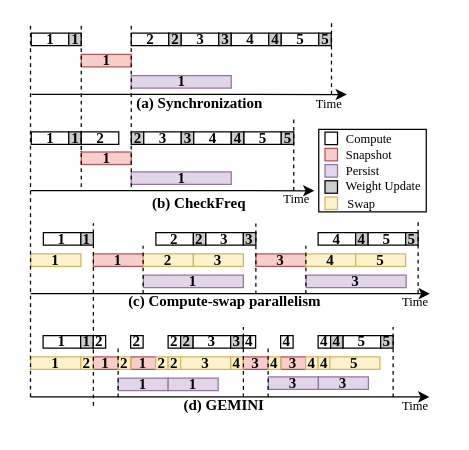
Above: fig/pipeline_mot.drawio in icszhr/NCheck (draw.io), before the change. Source tidied: cells renumbered, new cells numbered last; positions are measured from the earlier drawing's top-left corner, leaving out a move shared by most shapes. Both pictures are drawn from the tidied source at 125%, with x=0, y=0 at pixel (30, 21).
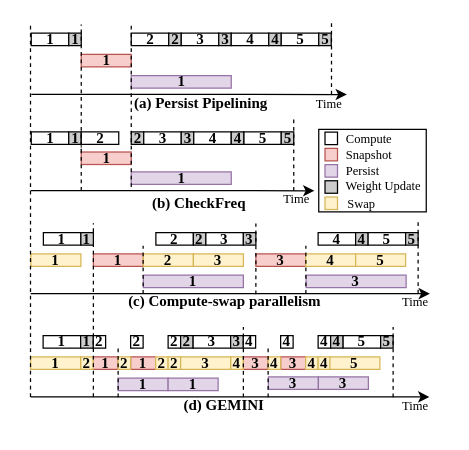
The same page after the edit.

Diff of the diagram source:
```diff
@@
-    <mxCell id="19" value="&lt;b&gt;(a) Synchronization&lt;/b&gt;" style="text;html=1;align=center;verticalAlign=middle;whiteSpace=wrap;rounded=0;fontFamily=Times New Roman;fontSize=12;fontStyle=0;labelPosition=center;verticalLabelPosition=middle;spacing=0;" parent="1" vertex="1">
-      <mxGeometry x="83.7" y="50" width="103" height="30" as="geometry" />
+    <mxCell id="19" value="&lt;b&gt;(a) Persist Pipelining&lt;/b&gt;" style="text;html=1;align=center;verticalAlign=middle;whiteSpace=wrap;rounded=0;fontFamily=Times New Roman;fontSize=12;fontStyle=0;labelPosition=center;verticalLabelPosition=middle;spacing=0;" parent="1" vertex="1">
+      <mxGeometry x="83.7" y="50" width="105.3" height="30" as="geometry" />
     </mxCell>
@@
     <mxCell id="75" style="endArrow=none;html=1;rounded=0;dashed=1;" parent="1" edge="1">
       <mxGeometry relative="1" as="geometry">
-        <mxPoint x="50.2" y="307" as="sourcePoint" />
+        <mxPoint x="50.2" y="300" as="sourcePoint" />
         <mxPoint x="50.2" y="161" as="targetPoint" />
       </mxGeometry>
     </mxCell>
@@
     <mxCell id="108" style="endArrow=none;html=1;rounded=0;dashed=1;" parent="1" edge="1">
       <mxGeometry relative="1" as="geometry">
-        <mxPoint x="40.5" y="132.1" as="sourcePoint" />
+        <mxPoint x="40.5" y="135" as="sourcePoint" />
         <mxPoint x="40.5" y="2" as="targetPoint" />
       </mxGeometry>
     </mxCell>
```
